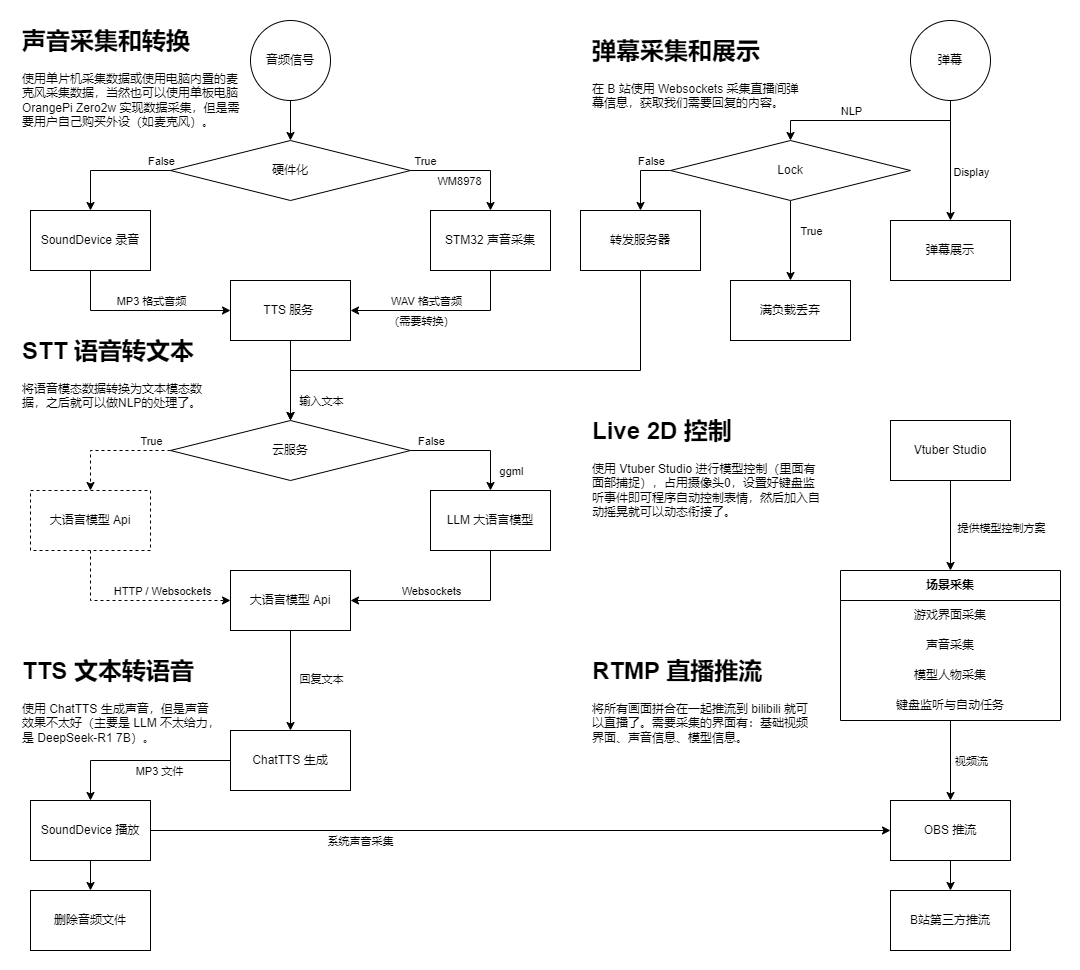
Before: images/control.drawio.png, a diagram exported from draw.io (hhhhc-da/auto-stream). Source tidied: cells renumbered, new cells last; positions are measured from the earlier drawing's top-left corner, leaving out a move shared by most shapes.
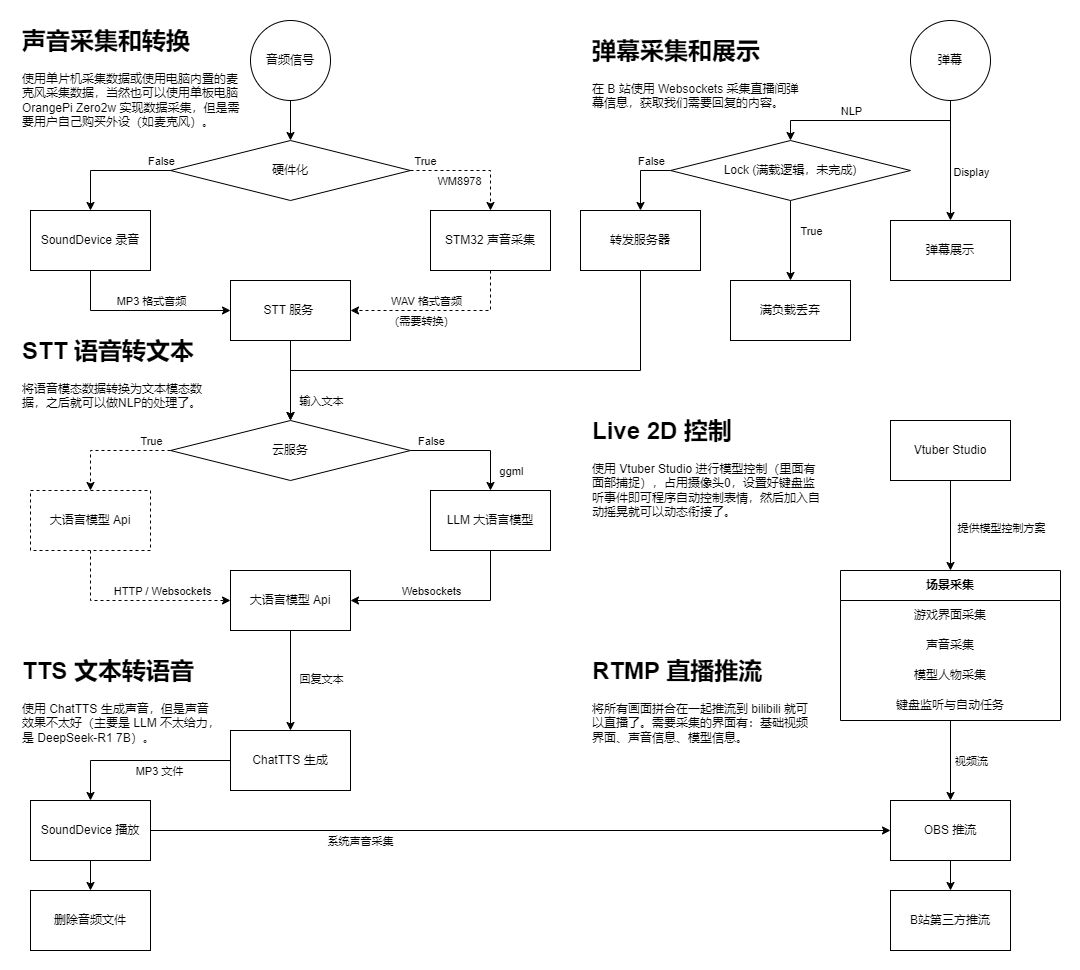
After the change.

The edit, as a diff of the source:
```diff
@@ -31,7 +31,7 @@
     <mxCell id="10" value="SoundDevice 录音" style="rounded=0;whiteSpace=wrap;html=1;" parent="1" vertex="1">
       <mxGeometry x="30" y="210" width="120" height="60" as="geometry" />
     </mxCell>
-    <mxCell id="11" style="edgeStyle=orthogonalEdgeStyle;rounded=0;jettySize=auto;html=1;exitX=1;exitY=0.5;exitDx=0;exitDy=0;entryX=0.5;entryY=0;entryDx=0;entryDy=0;" parent="1" edge="1" source="4" target="19">
+    <mxCell id="11" style="edgeStyle=orthogonalEdgeStyle;rounded=0;jettySize=auto;html=1;exitX=1;exitY=0.5;exitDx=0;exitDy=0;entryX=0.5;entryY=0;entryDx=0;entryDy=0;dashed=1;" parent="1" edge="1" source="4" target="19">
       <mxGeometry relative="1" as="geometry" />
     </mxCell>
     <mxCell id="12" value="WM8978" style="edgeLabel;html=1;align=center;verticalAlign=middle;" parent="11" vertex="1">
@@ -52,7 +52,7 @@
         <mxPoint x="53" y="-11" as="offset" />
       </mxGeometry>
     </mxCell>
-    <mxCell id="16" style="edgeStyle=orthogonalEdgeStyle;rounded=0;jettySize=auto;html=1;exitX=0.5;exitY=1;exitDx=0;exitDy=0;entryX=1;entryY=0.5;entryDx=0;entryDy=0;" parent="1" edge="1" source="19" target="42">
+    <mxCell id="16" style="edgeStyle=orthogonalEdgeStyle;rounded=0;jettySize=auto;html=1;exitX=0.5;exitY=1;exitDx=0;exitDy=0;entryX=1;entryY=0.5;entryDx=0;entryDy=0;dashed=1;" parent="1" edge="1" source="19" target="42">
       <mxGeometry relative="1" as="geometry" />
     </mxCell>
     <mxCell id="17" value="WAV 格式音频" style="edgeLabel;html=1;align=center;verticalAlign=middle;" parent="16" vertex="1">
@@ -150,7 +150,7 @@
     <mxCell id="41" style="group;" parent="1" vertex="1">
       <mxGeometry x="180" y="250" width="280" height="90" as="geometry" />
     </mxCell>
-    <mxCell id="42" value="TTS 服务&amp;nbsp;" style="rounded=0;whiteSpace=wrap;html=1;" parent="41" vertex="1">
+    <mxCell id="42" value="STT 服务&amp;nbsp;" style="rounded=0;whiteSpace=wrap;html=1;" parent="41" vertex="1">
       <mxGeometry x="50" y="30" width="120" height="60" as="geometry" />
     </mxCell>
     <mxCell id="43" value="&lt;h1 style=&quot;margin-top: 0px;&quot;&gt;TTS 文本转语音&lt;/h1&gt;&lt;p&gt;使用 ChatTTS 生成声音，但是声音效果不太好（主要是 LLM 不太给力，是 DeepSeek-R1 7B）。&lt;/p&gt;" style="text;html=1;whiteSpace=wrap;overflow=hidden;rounded=0;" parent="1" vertex="1">
@@ -260,7 +260,7 @@
         <mxPoint x="19" y="-8" as="offset" />
       </mxGeometry>
     </mxCell>
-    <mxCell id="73" value="Lock" style="rhombus;whiteSpace=wrap;html=1;" parent="1" vertex="1">
+    <mxCell id="73" value="Lock (满载逻辑，未完成)" style="rhombus;whiteSpace=wrap;html=1;" parent="1" vertex="1">
       <mxGeometry x="670" y="140" width="240" height="60" as="geometry" />
     </mxCell>
     <mxCell id="74" value="&lt;h1 style=&quot;margin-top: 0px;&quot;&gt;弹幕采集和展示&lt;/h1&gt;&lt;p&gt;在 B 站使用 Websockets 采集直播间弹幕信息，获取我们需要回复的内容。&lt;/p&gt;" style="text;html=1;whiteSpace=wrap;overflow=hidden;rounded=0;" parent="1" vertex="1">
```
